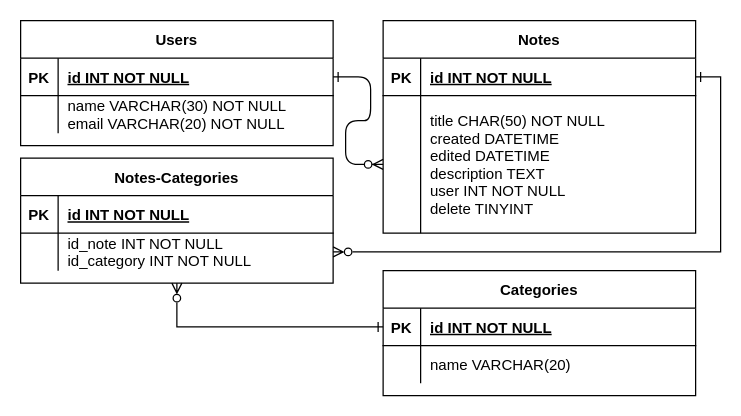
The draw.io diagram Untitled Diagram.drawio in rxrmcy/entregable-BD, before the edit. Source tidied: cells renumbered, new cells numbered last; positions are measured from the earlier drawing's top-left corner, leaving out a move shared by most shapes. Both pictures are drawn from the tidied source at 125%, with x=0, y=0 at pixel (20, 20).
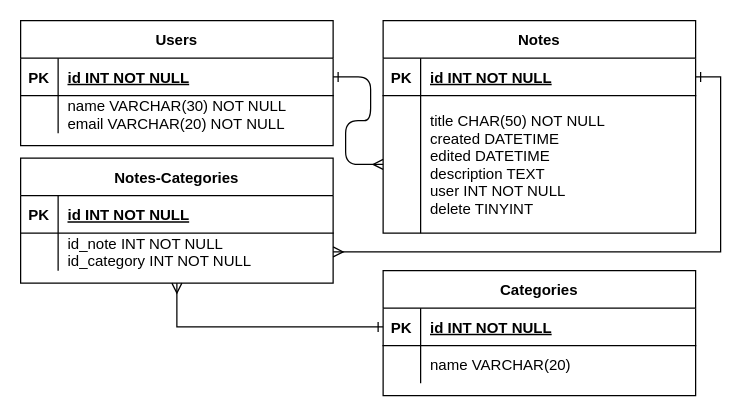
After the change.

The change refers to these unchanged cells:
```xml
<mxCell id="4" style="shape=partialRectangle;fillColor=none;points=[[0,0.5],[1,0.5]];portConstraint=eastwest;top=0;left=0;right=0;bottom=1;" parent="3" vertex="1">
  <mxGeometry y="30" width="250" height="30" as="geometry" />
</mxCell>
<mxCell id="11" style="shape=partialRectangle;fillColor=none;points=[[0,0.5],[1,0.5]];portConstraint=eastwest;top=0;left=0;right=0;bottom=1;" parent="10" vertex="1">
  <mxGeometry y="30" width="250" height="30" as="geometry" />
</mxCell>
<mxCell id="18" style="shape=partialRectangle;fillColor=none;points=[[0,0.5],[1,0.5]];portConstraint=eastwest;top=0;left=0;right=0;bottom=1;" parent="17" vertex="1">
  <mxGeometry y="30" width="250" height="30" as="geometry" />
</mxCell>
<mxCell id="21" style="shape=partialRectangle;fillColor=none;points=[[0,0.5],[1,0.5]];portConstraint=eastwest;top=0;left=0;right=0;bottom=0;" parent="17" vertex="1">
  <mxGeometry y="60" width="250" height="110" as="geometry" />
</mxCell>
<mxCell id="24" value="Notes-Categories" style="shape=table;startSize=30;childLayout=tableLayout;rowLines=0;fontStyle=1;align=center;" parent="1" vertex="1">
  <mxGeometry y="110" width="250" height="100" as="geometry" />
</mxCell>
<mxCell id="28" style="shape=partialRectangle;fillColor=none;points=[[0,0.5],[1,0.5]];portConstraint=eastwest;top=0;left=0;right=0;bottom=0;" parent="24" vertex="1">
  <mxGeometry y="60" width="250" height="30" as="geometry" />
</mxCell>
```

What changed in the source:
```diff
@@
-    <mxCell id="2" style="edgeStyle=entityRelationEdgeStyle;endArrow=ERone;startArrow=ERzeroToMany;endFill=0;startFill=1;exitX=0;exitY=0.5;exitDx=0;exitDy=0;entryX=1;entryY=0.5;entryDx=0;entryDy=0;" parent="1" edge="1" source="21" target="4">
+    <mxCell id="2" style="edgeStyle=entityRelationEdgeStyle;endArrow=ERone;startArrow=ERmany;endFill=0;startFill=0;exitX=0;exitY=0.5;exitDx=0;exitDy=0;entryX=1;entryY=0.5;entryDx=0;entryDy=0;" parent="1" edge="1" source="21" target="4">
       <mxGeometry relative="1" as="geometry" />
     </mxCell>
@@
-    <mxCell id="31" style="edgeStyle=orthogonalEdgeStyle;rounded=0;jettySize=auto;html=1;startArrow=ERone;startFill=0;endArrow=ERzeroToMany;endFill=0;entryX=1;entryY=0.5;entryDx=0;entryDy=0;exitX=1;exitY=0.5;exitDx=0;exitDy=0;" parent="1" edge="1" source="18" target="28">
+    <mxCell id="31" style="edgeStyle=orthogonalEdgeStyle;rounded=0;jettySize=auto;html=1;startArrow=ERone;startFill=0;endArrow=ERmany;endFill=0;entryX=1;entryY=0.5;entryDx=0;entryDy=0;exitX=1;exitY=0.5;exitDx=0;exitDy=0;" parent="1" edge="1" source="18" target="28">
       <mxGeometry relative="1" as="geometry" />
     </mxCell>
-    <mxCell id="32" style="edgeStyle=orthogonalEdgeStyle;rounded=0;jettySize=auto;html=1;startArrow=ERone;startFill=0;endArrow=ERzeroToMany;endFill=0;exitX=0;exitY=0.5;exitDx=0;exitDy=0;entryX=0.5;entryY=1;entryDx=0;entryDy=0;" parent="1" edge="1" source="11" target="24">
+    <mxCell id="32" style="edgeStyle=orthogonalEdgeStyle;rounded=0;jettySize=auto;html=1;startArrow=ERone;startFill=0;endArrow=ERmany;endFill=0;exitX=0;exitY=0.5;exitDx=0;exitDy=0;entryX=0.5;entryY=1;entryDx=0;entryDy=0;" parent="1" edge="1" source="11" target="24">
       <mxGeometry relative="1" as="geometry" />
     </mxCell>
```
